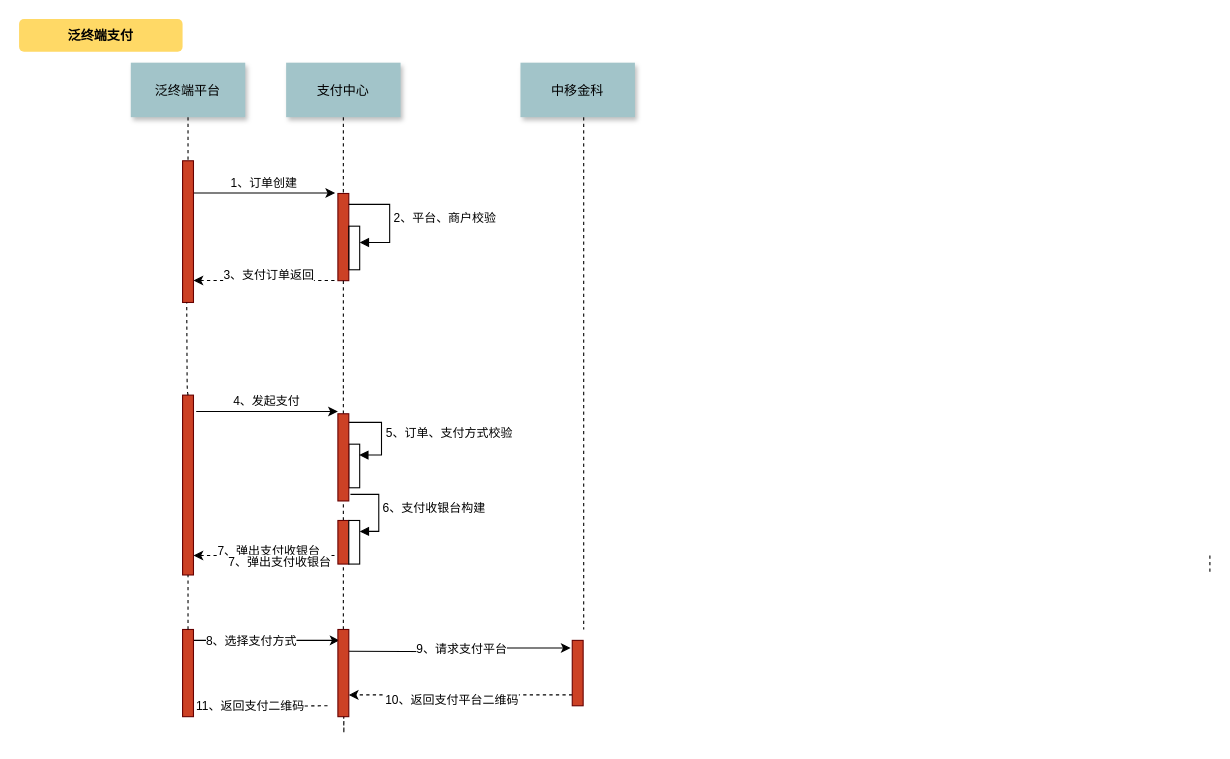
This is 未命名绘图.drawio from 315944211/doc, a draw.io file, before an edit. Source tidied: cells renumbered, new cells numbered last; positions are measured from the earlier drawing's top-left corner, leaving out a move shared by most shapes. Both pictures are drawn from the tidied source at 109%, with x=0, y=0 at pixel (19, 19).
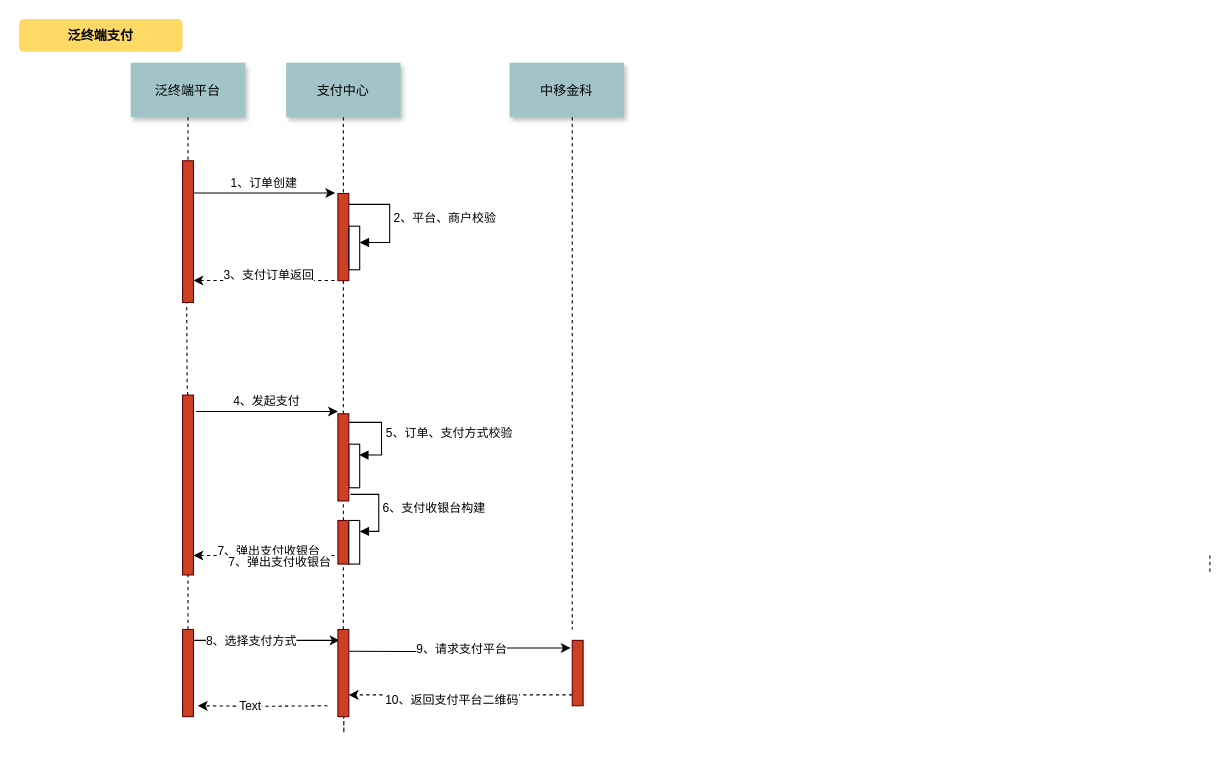
The same diagram, later.

Commit message (it also covers changes not shown here):
更新未命名绘图.drawio

Unchanged cells that the change refers to:
```xml
<mxCell id="37" style="edgeStyle=orthogonalEdgeStyle;rounded=0;jettySize=auto;html=1;dashed=1;entryX=1.4;entryY=0.875;entryDx=0;entryDy=0;entryPerimeter=0;" parent="1" edge="1" target="32">
  <mxGeometry relative="1" as="geometry">
    <mxPoint x="283" y="630" as="sourcePoint" />
  </mxGeometry>
</mxCell>
```

Change to the diagram source:
```diff
@@
-    <mxCell id="38" value="11、返回支付二维码" style="edgeLabel;html=1;align=center;verticalAlign=middle;" parent="37" vertex="1">
+    <mxCell id="38" value="Text" style="edgeLabel;html=1;align=center;verticalAlign=middle;" parent="37" vertex="1">
       <mxGeometry x="0.2" y="-1" relative="1" as="geometry" />
     </mxCell>
@@
     <mxCell id="43" value="中移金科" style="shadow=1;fillColor=#A2C4C9;strokeColor=none;" parent="1" vertex="1">
-      <mxGeometry x="460" y="40" width="105" height="50" as="geometry" />
+      <mxGeometry x="450" y="40" width="105" height="50" as="geometry" />
     </mxCell>
     <mxCell id="44" style="edgeStyle=none;endArrow=none;dashed=1;" parent="1" edge="1">
       <mxGeometry x="376.6" y="339.7" as="geometry">
-        <mxPoint x="518" y="90" as="sourcePoint" />
-        <mxPoint x="518" y="560" as="targetPoint" />
+        <mxPoint x="507.5" y="90" as="sourcePoint" />
+        <mxPoint x="507.5" y="560" as="targetPoint" />
       </mxGeometry>
     </mxCell>
```
